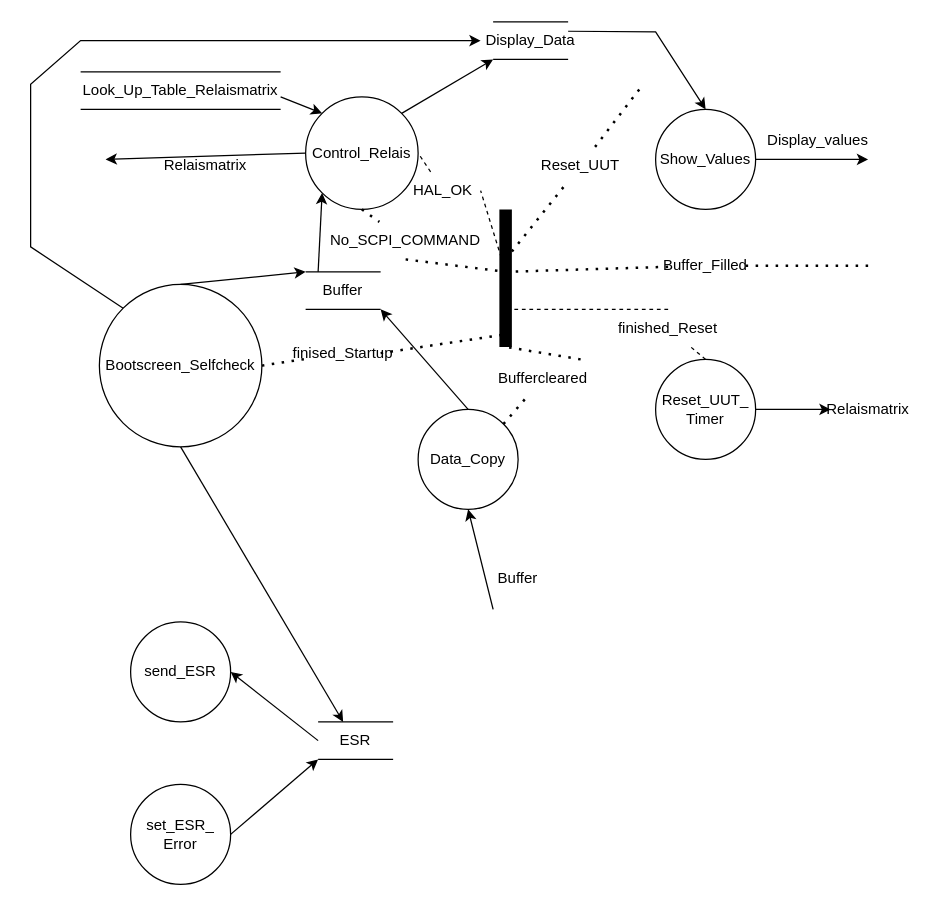
Earlier version of the draw.io diagram DatenflussDiagramm.drawio (Lostqw1/Funfun). Source tidied: cells renumbered, new cells numbered last; positions are measured from the earlier drawing's top-left corner, leaving out a move shared by most shapes. Both pictures are drawn from the tidied source at 125%, with x=0, y=0 at pixel (30, 21).
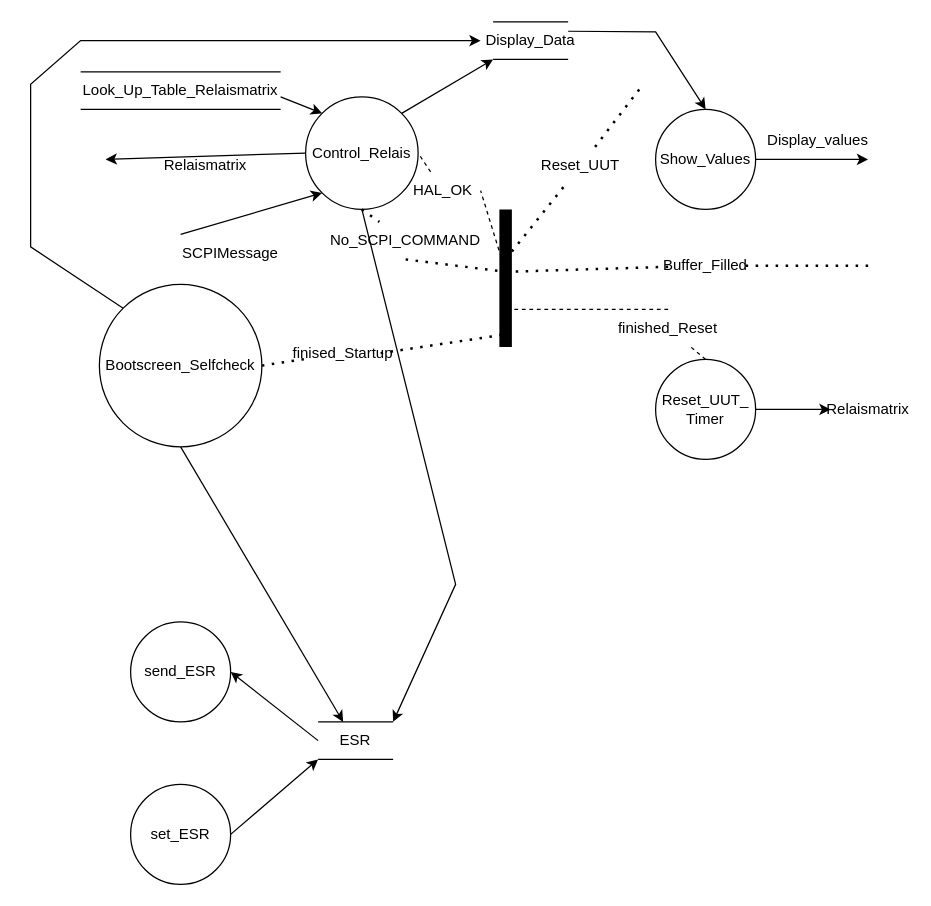
After the change.

Unchanged cells that the change refers to:
```xml
<mxCell id="2" value="Control_Relais" style="ellipse;whiteSpace=wrap;html=1;" parent="1" vertex="1">
  <mxGeometry x="220" y="60" width="90" height="90" as="geometry" />
</mxCell>
<mxCell id="10" value="ESR" style="text;html=1;strokeColor=none;fillColor=none;align=center;verticalAlign=middle;whiteSpace=wrap;rounded=0;" parent="1" vertex="1">
  <mxGeometry x="230" y="560" width="60" height="30" as="geometry" />
</mxCell>
<mxCell id="47" value="Bootscreen_Selfcheck" style="ellipse;whiteSpace=wrap;html=1;" parent="1" vertex="1">
  <mxGeometry x="55" y="210" width="130" height="130" as="geometry" />
</mxCell>
```

The edit, as a diff of the source:
```diff
@@
-    <mxCell id="14" value="set_ESR_&lt;br&gt;Error" style="ellipse;whiteSpace=wrap;html=1;" parent="1" vertex="1">
+    <mxCell id="14" value="set_ESR" style="ellipse;whiteSpace=wrap;html=1;" parent="1" vertex="1">
       <mxGeometry x="80" y="610" width="80" height="80" as="geometry" />
     </mxCell>
@@
-    <mxCell id="25" value="Buffer" style="text;html=1;strokeColor=none;fillColor=none;align=center;verticalAlign=middle;whiteSpace=wrap;rounded=0;" parent="1" vertex="1">
-      <mxGeometry x="220" y="200" width="60" height="30" as="geometry" />
-    </mxCell>
-    <mxCell id="26" style="endArrow=none;html=1;rounded=0;strokeWidth=1;exitX=0;exitY=0;exitDx=0;exitDy=0;entryX=1;entryY=0;entryDx=0;entryDy=0;" parent="1" edge="1" source="25" target="25">
-      <mxGeometry relative="1" as="geometry" />
-    </mxCell>
-    <mxCell id="27" style="endArrow=none;html=1;rounded=0;strokeWidth=1;exitX=0;exitY=1;exitDx=0;exitDy=0;entryX=1;entryY=1;entryDx=0;entryDy=0;" parent="1" edge="1" source="25" target="25">
-      <mxGeometry relative="1" as="geometry" />
-    </mxCell>
-    <mxCell id="28" value="Data_Copy" style="ellipse;whiteSpace=wrap;html=1;" parent="1" vertex="1">
-      <mxGeometry x="310" y="310" width="80" height="80" as="geometry" />
-    </mxCell>
-    <mxCell id="29" style="endArrow=classic;html=1;rounded=0;strokeWidth=1;exitX=0.5;exitY=0;exitDx=0;exitDy=0;entryX=1;entryY=1;entryDx=0;entryDy=0;" parent="1" edge="1" source="28" target="25">
-      <mxGeometry relative="1" as="geometry" />
-    </mxCell>
-    <mxCell id="30" style="endArrow=classic;html=1;rounded=0;strokeWidth=1;entryX=0.5;entryY=1;entryDx=0;entryDy=0;" parent="1" edge="1" target="28">
-      <mxGeometry relative="1" as="geometry">
-        <mxPoint x="370" y="470" as="sourcePoint" />
-      </mxGeometry>
-    </mxCell>
     <mxCell id="31" style="endArrow=classic;html=1;rounded=0;strokeWidth=1;entryX=0;entryY=1;entryDx=0;entryDy=0;" parent="1" edge="1" target="2">
       <mxGeometry relative="1" as="geometry">
-        <mxPoint x="230" y="200" as="sourcePoint" />
+        <mxPoint x="120" y="170" as="sourcePoint" />
       </mxGeometry>
     </mxCell>
@@
-    <mxCell id="33" value="Buffer" style="text;html=1;strokeColor=none;fillColor=none;align=center;verticalAlign=middle;whiteSpace=wrap;rounded=0;" parent="1" vertex="1">
-      <mxGeometry x="360" y="430" width="60" height="30" as="geometry" />
+    <mxCell id="33" value="SCPIMessage" style="text;html=1;strokeColor=none;fillColor=none;align=center;verticalAlign=middle;whiteSpace=wrap;rounded=0;" parent="1" vertex="1">
+      <mxGeometry x="130" y="170" width="60" height="30" as="geometry" />
     </mxCell>
-    <mxCell id="34" style="endArrow=none;dashed=1;html=1;dashPattern=1 3;strokeWidth=2;rounded=0;exitX=1;exitY=0;exitDx=0;exitDy=0;startArrow=none;" parent="1" edge="1" source="42">
-      <mxGeometry relative="1" as="geometry">
-        <mxPoint x="380" y="260" as="targetPoint" />
-      </mxGeometry>
-    </mxCell>
@@
-    <mxCell id="42" value="Buffercleared" style="text;html=1;strokeColor=none;fillColor=none;align=center;verticalAlign=middle;whiteSpace=wrap;rounded=0;" parent="1" vertex="1">
-      <mxGeometry x="380" y="270" width="60" height="30" as="geometry" />
-    </mxCell>
-    <mxCell id="43" style="endArrow=none;dashed=1;html=1;dashPattern=1 3;strokeWidth=2;rounded=0;exitX=1;exitY=0;exitDx=0;exitDy=0;" parent="1" edge="1" source="28" target="42">
-      <mxGeometry relative="1" as="geometry" />
-    </mxCell>
@@
-    <mxCell id="49" style="endArrow=classic;html=1;rounded=0;entryX=0;entryY=0;entryDx=0;entryDy=0;exitX=0.5;exitY=0;exitDx=0;exitDy=0;" parent="1" edge="1" source="47" target="25">
-      <mxGeometry relative="1" as="geometry" />
-    </mxCell>
@@
+    <mxCell id="61" style="endArrow=classic;html=1;rounded=0;exitX=0.5;exitY=1;exitDx=0;exitDy=0;entryX=1;entryY=0;entryDx=0;entryDy=0;" parent="1" edge="1" source="2" target="10">
+      <mxGeometry relative="1" as="geometry">
+        <Array as="points">
+          <mxPoint x="340" y="450" />
+        </Array>
+      </mxGeometry>
+    </mxCell>
```
